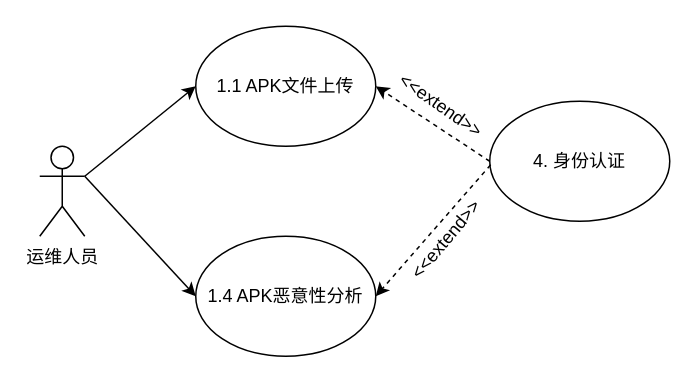
This is 需求分析3.drawio from sunray42/diagrams, a draw.io file, before an edit. Source tidied: cells renumbered, new cells numbered last; positions are measured from the earlier drawing's top-left corner, leaving out a move shared by most shapes. Both pictures are drawn from the tidied source at 150%, with x=0, y=0 at pixel (39, 26).
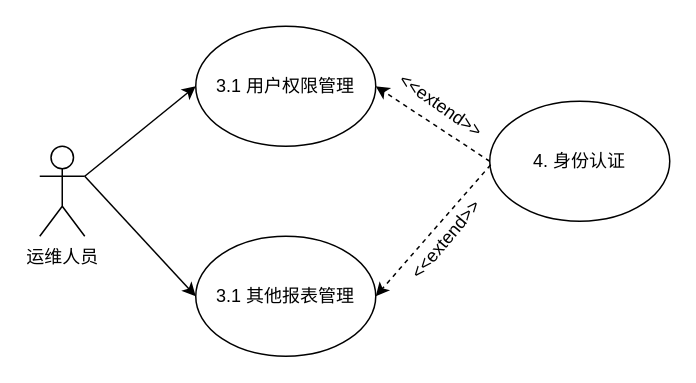
Above is the later version.

Commit message (it also covers changes not shown here):
更新需求分析3.drawio

What changed in the source:
```diff
@@
 <mxGraphModel>
   <root>
     <mxCell id="0" />
     <mxCell id="1" parent="0" />
     <mxCell id="2" style="rounded=0;jettySize=auto;html=1;exitX=1;exitY=0.3333333333333333;exitDx=0;exitDy=0;exitPerimeter=0;entryX=0;entryY=0.5;entryDx=0;entryDy=0;" parent="1" edge="1" source="4" target="5">
       <mxGeometry relative="1" as="geometry" />
     </mxCell>
     <mxCell id="3" style="rounded=0;jettySize=auto;html=1;exitX=1;exitY=0.3333333333333333;exitDx=0;exitDy=0;exitPerimeter=0;entryX=0;entryY=0.5;entryDx=0;entryDy=0;" parent="1" edge="1" source="4" target="10">
       <mxGeometry relative="1" as="geometry" />
     </mxCell>
     <mxCell id="4" value="运维人员" style="shape=umlActor;verticalLabelPosition=bottom;verticalAlign=top;html=1;outlineConnect=0;" parent="1" vertex="1">
       <mxGeometry y="80" width="30" height="60" as="geometry" />
     </mxCell>
-    <mxCell id="5" value="1.1 APK文件上传" style="ellipse;whiteSpace=wrap;html=1;" parent="1" vertex="1">
+    <mxCell id="5" value="3.1 用户权限管理" style="ellipse;whiteSpace=wrap;html=1;" parent="1" vertex="1">
       <mxGeometry x="104" width="120" height="80" as="geometry" />
     </mxCell>
     <mxCell id="6" style="rounded=0;jettySize=auto;html=1;exitX=0;exitY=0.5;exitDx=0;exitDy=0;entryX=1;entryY=0.5;entryDx=0;entryDy=0;dashed=1;" parent="1" edge="1" source="7" target="5">
       <mxGeometry relative="1" as="geometry" />
     </mxCell>
     <mxCell id="7" value="4. 身份认证" style="ellipse;whiteSpace=wrap;html=1;" parent="1" vertex="1">
       <mxGeometry x="300" y="50" width="120" height="80" as="geometry" />
     </mxCell>
     <mxCell id="8" value="&amp;lt;&amp;lt;extend&amp;gt;&amp;gt;" style="text;html=1;strokeColor=none;fillColor=none;align=center;verticalAlign=middle;whiteSpace=wrap;rounded=0;rotation=35;" parent="1" vertex="1">
       <mxGeometry x="232.5" y="40" width="70" height="25" as="geometry" />
     </mxCell>
     <mxCell id="9" style="rounded=0;jettySize=auto;html=1;exitX=1;exitY=0.25;exitDx=0;exitDy=0;entryX=1;entryY=0.5;entryDx=0;entryDy=0;dashed=1;" parent="1" edge="1" target="10">
       <mxGeometry relative="1" as="geometry">
         <mxPoint x="300.6" y="92.4" as="sourcePoint" />
       </mxGeometry>
     </mxCell>
-    <mxCell id="10" value="1.4 APK恶意性分析" style="ellipse;whiteSpace=wrap;html=1;" parent="1" vertex="1">
+    <mxCell id="10" value="3.1 其他报表管理" style="ellipse;whiteSpace=wrap;html=1;" parent="1" vertex="1">
       <mxGeometry x="104" y="140" width="120" height="80" as="geometry" />
     </mxCell>
     <mxCell id="11" value="&amp;lt;&amp;lt;extend&amp;gt;&amp;gt;" style="text;html=1;strokeColor=none;fillColor=none;align=center;verticalAlign=middle;whiteSpace=wrap;rounded=0;rotation=-50;" parent="1" vertex="1">
       <mxGeometry x="232.5" y="130" width="76" height="25" as="geometry" />
     </mxCell>
   </root>
 </mxGraphModel>
```
